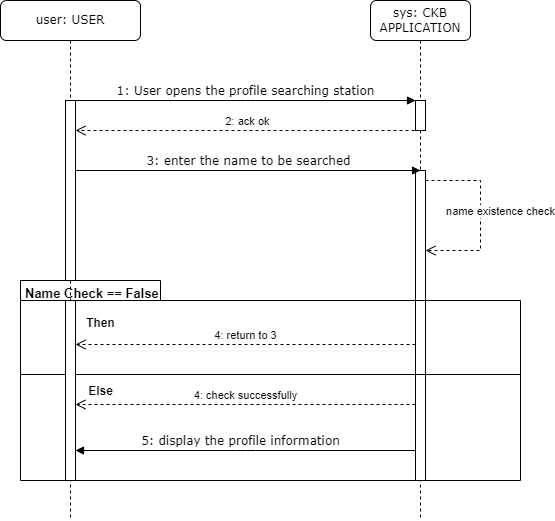
SimoneLucca2/CodingCompetitionApplication keeps this draw.io diagram as Resources/UML/SequenceDiagram/RASD/UC3 - View user profile.drawio.png. Above is the earlier version. Source tidied: cells renumbered, new cells last; positions are measured from the earlier drawing's top-left corner, leaving out a move shared by most shapes. The source it was exported from:
```xml
<mxGraphModel>
  <root>
    <mxCell id="0" />
    <mxCell id="1" parent="0" />
    <mxCell id="2" style="shape=folder;fontStyle=1;spacingTop=10;tabWidth=140;tabHeight=20;tabPosition=left;html=1;whiteSpace=wrap;" parent="1" vertex="1">
      <mxGeometry x="20" y="280" width="500" height="200" as="geometry" />
    </mxCell>
    <mxCell id="3" value="sys: CKB APPLICATION" style="shape=umlLifeline;perimeter=lifelinePerimeter;whiteSpace=wrap;html=1;rounded=1;shadow=0;comic=0;labelBackgroundColor=none;strokeWidth=1;fontFamily=Verdana;fontSize=12;align=center;" parent="1" vertex="1">
      <mxGeometry x="370" width="100" height="520" as="geometry" />
    </mxCell>
    <mxCell id="4" style="html=1;points=[];perimeter=orthogonalPerimeter;rounded=0;shadow=0;comic=0;labelBackgroundColor=none;strokeWidth=1;fontFamily=Verdana;fontSize=12;align=center;" parent="3" vertex="1">
      <mxGeometry x="45" y="100" width="10" height="30" as="geometry" />
    </mxCell>
    <mxCell id="5" style="html=1;points=[[0,0,0,0,5],[0,1,0,0,-5],[1,0,0,0,5],[1,1,0,0,-5]];perimeter=orthogonalPerimeter;outlineConnect=0;targetShapes=umlLifeline;portConstraint=eastwest;newEdgeStyle={&quot;curved&quot;:0,&quot;rounded&quot;:0};" parent="3" vertex="1">
      <mxGeometry x="45" y="170" width="10" height="130" as="geometry" />
    </mxCell>
    <mxCell id="6" value="name existence check" style="html=1;verticalAlign=bottom;endArrow=open;dashed=1;endSize=8;curved=0;rounded=0;" parent="3" edge="1" source="5" target="5">
      <mxGeometry x="0.06" y="20" relative="1" as="geometry">
        <Array as="points">
          <mxPoint x="110" y="180" />
          <mxPoint x="110" y="250" />
        </Array>
      </mxGeometry>
    </mxCell>
    <mxCell id="7" style="html=1;points=[[0,0,0,0,5],[0,1,0,0,-5],[1,0,0,0,5],[1,1,0,0,-5]];perimeter=orthogonalPerimeter;outlineConnect=0;targetShapes=umlLifeline;portConstraint=eastwest;newEdgeStyle={&quot;curved&quot;:0,&quot;rounded&quot;:0};" parent="3" vertex="1">
      <mxGeometry x="45" y="300" width="10" height="180" as="geometry" />
    </mxCell>
    <mxCell id="8" value="user: USER" style="shape=umlLifeline;perimeter=lifelinePerimeter;whiteSpace=wrap;html=1;rounded=1;shadow=0;comic=0;labelBackgroundColor=none;strokeWidth=1;fontFamily=Verdana;fontSize=12;align=center;" parent="1" vertex="1">
      <mxGeometry width="140" height="520" as="geometry" />
    </mxCell>
    <mxCell id="9" style="html=1;points=[];perimeter=orthogonalPerimeter;rounded=0;shadow=0;comic=0;labelBackgroundColor=none;strokeWidth=1;fontFamily=Verdana;fontSize=12;align=center;" parent="8" vertex="1">
      <mxGeometry x="65" y="100" width="10" height="180" as="geometry" />
    </mxCell>
    <mxCell id="10" value="&lt;h4&gt;&lt;font style=&quot;font-size: 13px;&quot;&gt;Name Check == False&lt;/font&gt;&lt;/h4&gt;" style="text;align=left;fontStyle=1;verticalAlign=middle;spacingLeft=3;spacingRight=3;strokeColor=none;html=1;" parent="8" vertex="1">
      <mxGeometry x="20" y="280" width="140" height="26" as="geometry" />
    </mxCell>
    <mxCell id="11" value="1: User opens the profile searching station" style="html=1;verticalAlign=bottom;endArrow=block;entryX=0;entryY=0;labelBackgroundColor=none;fontFamily=Verdana;fontSize=12;edgeStyle=elbowEdgeStyle;elbow=vertical;" parent="1" edge="1" source="9" target="4">
      <mxGeometry relative="1" as="geometry" />
    </mxCell>
    <mxCell id="12" value="2: ack ok" style="html=1;verticalAlign=bottom;endArrow=open;dashed=1;endSize=8;curved=0;rounded=0;" parent="1" edge="1" target="9">
      <mxGeometry relative="1" as="geometry">
        <mxPoint x="420" y="130" as="sourcePoint" />
      </mxGeometry>
    </mxCell>
    <mxCell id="13" value="3: enter the name to be searched" style="html=1;verticalAlign=bottom;endArrow=block;entryX=0;entryY=0;labelBackgroundColor=none;fontFamily=Verdana;fontSize=12;edgeStyle=elbowEdgeStyle;elbow=vertical;" parent="1" edge="1" source="9">
      <mxGeometry relative="1" as="geometry">
        <mxPoint x="420" y="170" as="targetPoint" />
      </mxGeometry>
    </mxCell>
    <mxCell id="14" value="Then" style="text;align=center;fontStyle=1;verticalAlign=middle;spacingLeft=3;spacingRight=3;strokeColor=none;html=1;" parent="1" vertex="1">
      <mxGeometry x="60" y="310" width="80" height="26" as="geometry" />
    </mxCell>
    <mxCell id="15" value="4: return to 3" style="html=1;verticalAlign=bottom;endArrow=open;dashed=1;endSize=8;curved=0;rounded=0;" parent="1" edge="1" source="7">
      <mxGeometry relative="1" as="geometry">
        <mxPoint x="75" y="344" as="targetPoint" />
      </mxGeometry>
    </mxCell>
    <mxCell id="16" style="line;strokeWidth=1;fillColor=none;align=left;verticalAlign=middle;spacingTop=-1;spacingLeft=3;spacingRight=3;labelPosition=right;strokeColor=inherit;" parent="1" vertex="1">
      <mxGeometry x="20" y="370" width="500" height="8" as="geometry" />
    </mxCell>
    <mxCell id="17" value="Else" style="text;align=center;fontStyle=1;verticalAlign=middle;spacingLeft=3;spacingRight=3;strokeColor=none;html=1;" parent="1" vertex="1">
      <mxGeometry x="60" y="378" width="80" height="26" as="geometry" />
    </mxCell>
    <mxCell id="18" value="4: check successfully" style="html=1;verticalAlign=bottom;endArrow=open;dashed=1;endSize=8;curved=0;rounded=0;" parent="1" edge="1" source="7">
      <mxGeometry relative="1" as="geometry">
        <mxPoint x="75" y="404" as="targetPoint" />
      </mxGeometry>
    </mxCell>
    <mxCell id="19" value="5: display the profile information" style="html=1;verticalAlign=bottom;endArrow=block;labelBackgroundColor=none;fontFamily=Verdana;fontSize=12;edgeStyle=elbowEdgeStyle;elbow=vertical;" parent="1" edge="1" source="7">
      <mxGeometry x="0.03" relative="1" as="geometry">
        <mxPoint x="75" y="450" as="targetPoint" />
      </mxGeometry>
    </mxCell>
    <mxCell id="20" style="html=1;perimeter=orthogonalPerimeter;targetShapes=umlLifeline;newEdgeStyle={&quot;curved&quot;:0,&quot;rounded&quot;:0};" parent="1" vertex="1">
      <mxGeometry x="65" y="300" width="10" height="180" as="geometry" />
    </mxCell>
  </root>
</mxGraphModel>
```
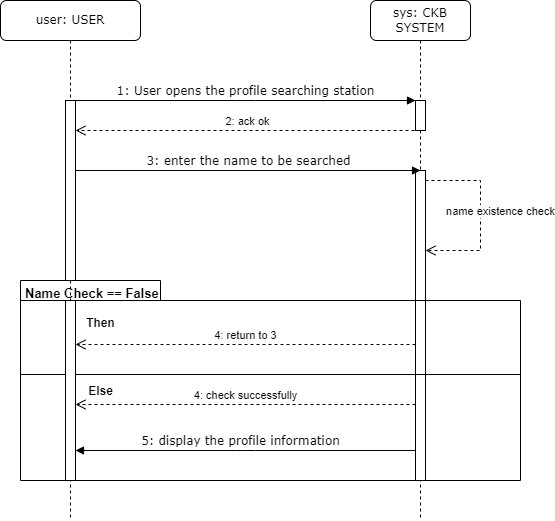
After the change.

Change to the diagram source:
```diff
@@ -5,7 +5,7 @@
     <mxCell id="2" style="shape=folder;fontStyle=1;spacingTop=10;tabWidth=140;tabHeight=20;tabPosition=left;html=1;whiteSpace=wrap;" parent="1" vertex="1">
       <mxGeometry x="20" y="280" width="500" height="200" as="geometry" />
     </mxCell>
-    <mxCell id="3" value="sys: CKB APPLICATION" style="shape=umlLifeline;perimeter=lifelinePerimeter;whiteSpace=wrap;html=1;rounded=1;shadow=0;comic=0;labelBackgroundColor=none;strokeWidth=1;fontFamily=Verdana;fontSize=12;align=center;" parent="1" vertex="1">
+    <mxCell id="3" value="sys: CKB SYSTEM" style="shape=umlLifeline;perimeter=lifelinePerimeter;whiteSpace=wrap;html=1;rounded=1;shadow=0;comic=0;labelBackgroundColor=none;strokeWidth=1;fontFamily=Verdana;fontSize=12;align=center;" parent="1" vertex="1">
       <mxGeometry x="370" width="100" height="520" as="geometry" />
     </mxCell>
     <mxCell id="4" style="html=1;points=[];perimeter=orthogonalPerimeter;rounded=0;shadow=0;comic=0;labelBackgroundColor=none;strokeWidth=1;fontFamily=Verdana;fontSize=12;align=center;" parent="3" vertex="1">
```
